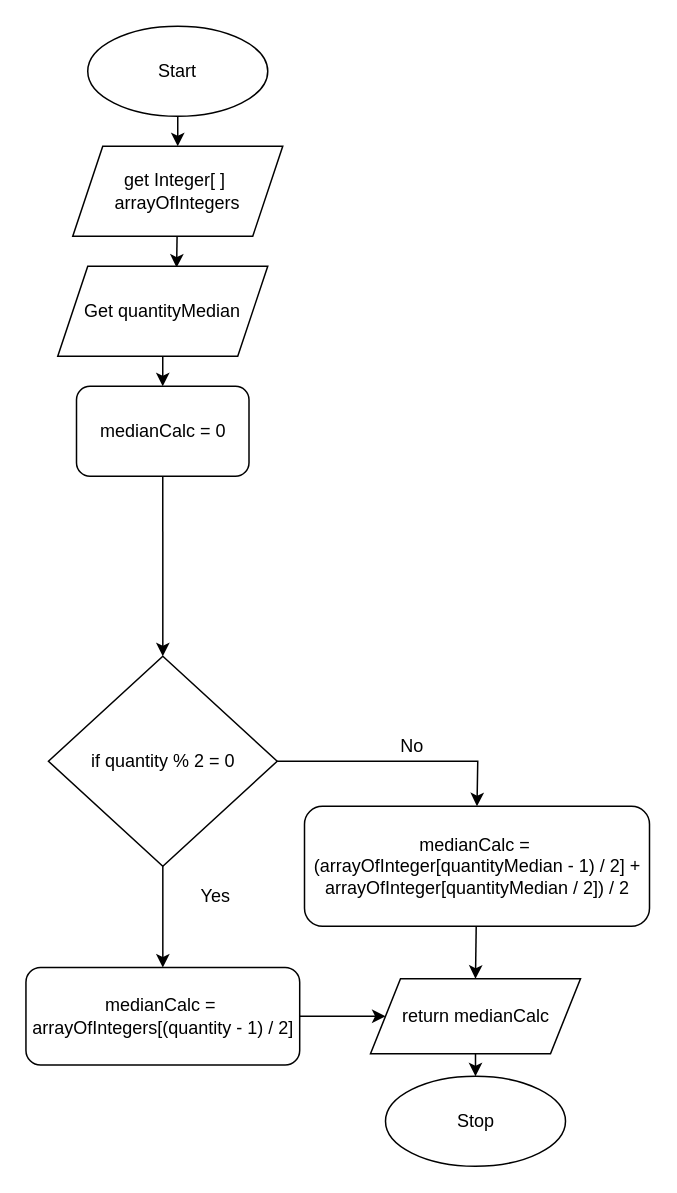
Before: Drawio/Flowchart1.drawio in JacksonNaufal/ics4u-unit2-01-typescript, a draw.io diagram. Source tidied: cells renumbered, new cells numbered last; positions are measured from the earlier drawing's top-left corner, leaving out a move shared by most shapes. Both pictures are drawn from the tidied source at 150%, with x=0, y=0 at pixel (26, 26).
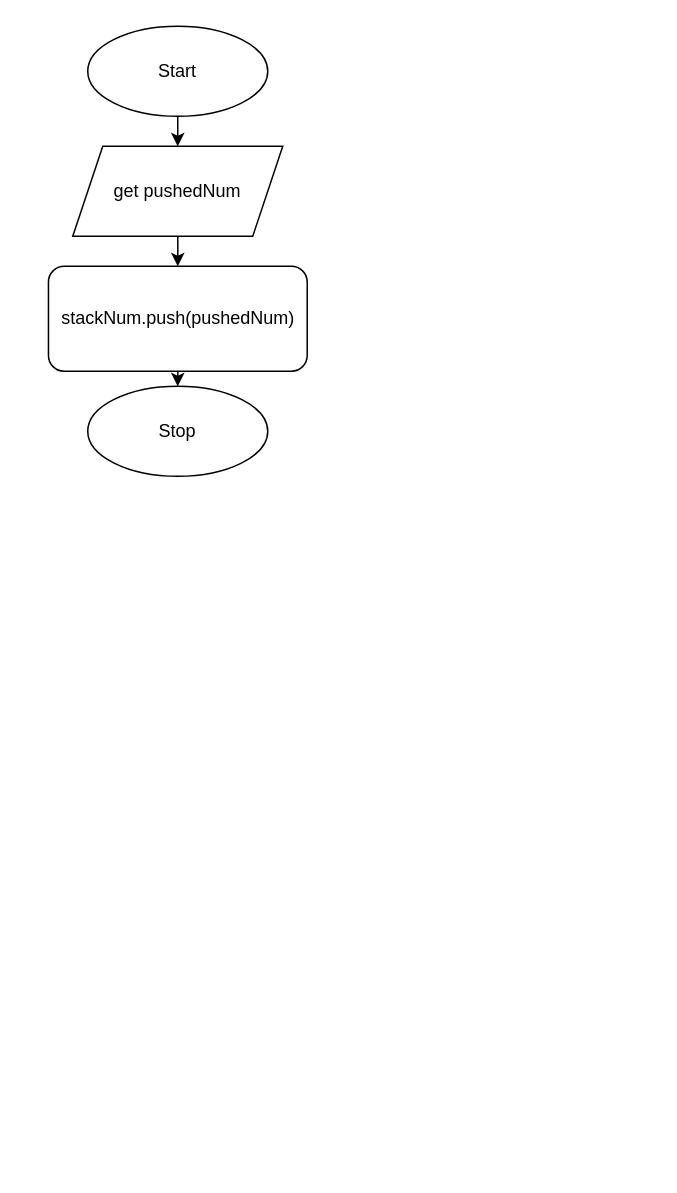
The same diagram, later.

What changed in the source:
```diff
@@
-    <mxCell id="4" style="edgeStyle=none;html=1;" parent="1" edge="1" source="5" target="10">
-      <mxGeometry relative="1" as="geometry" />
-    </mxCell>
-    <mxCell id="5" value="return medianCalc" style="shape=parallelogram;perimeter=parallelogramPerimeter;whiteSpace=wrap;html=1;fixedSize=1;" parent="1" vertex="1">
-      <mxGeometry x="229.5" y="635" width="140" height="50" as="geometry" />
-    </mxCell>
-    <mxCell id="6" style="edgeStyle=none;html=1;entryX=0.566;entryY=0.015;entryDx=0;entryDy=0;entryPerimeter=0;" parent="1" edge="1" source="7" target="9">
-      <mxGeometry relative="1" as="geometry" />
-    </mxCell>
+    <mxCell id="14" style="edgeStyle=none;html=1;" parent="1" edge="1" source="7" target="12">
+      <mxGeometry relative="1" as="geometry" />
+    </mxCell>
-    <mxCell id="7" value="get Integer[ ]&amp;nbsp;&lt;br&gt;arrayOfIntegers" style="shape=parallelogram;perimeter=parallelogramPerimeter;whiteSpace=wrap;html=1;fixedSize=1;" parent="1" vertex="1">
+    <mxCell id="7" value="get pushedNum" style="shape=parallelogram;perimeter=parallelogramPerimeter;whiteSpace=wrap;html=1;fixedSize=1;" parent="1" vertex="1">
       <mxGeometry x="31" y="80" width="140" height="60" as="geometry" />
     </mxCell>
-    <mxCell id="8" style="edgeStyle=none;html=1;entryX=0.5;entryY=0;entryDx=0;entryDy=0;" parent="1" edge="1" source="9" target="12">
-      <mxGeometry relative="1" as="geometry" />
-    </mxCell>
-    <mxCell id="9" value="Get quantityMedian" style="shape=parallelogram;perimeter=parallelogramPerimeter;whiteSpace=wrap;html=1;fixedSize=1;" parent="1" vertex="1">
-      <mxGeometry x="21" y="160" width="140" height="60" as="geometry" />
-    </mxCell>
     <mxCell id="10" value="Stop" style="ellipse;whiteSpace=wrap;html=1;" parent="1" vertex="1">
-      <mxGeometry x="239.5" y="700" width="120" height="60" as="geometry" />
+      <mxGeometry x="41" y="240" width="120" height="60" as="geometry" />
     </mxCell>
-    <mxCell id="11" style="edgeStyle=none;html=1;entryX=0.5;entryY=0;entryDx=0;entryDy=0;" parent="1" edge="1" source="12" target="15">
-      <mxGeometry relative="1" as="geometry" />
-    </mxCell>
+    <mxCell id="22" style="edgeStyle=none;html=1;entryX=0.5;entryY=0;entryDx=0;entryDy=0;" parent="1" edge="1" source="12" target="10">
+      <mxGeometry relative="1" as="geometry" />
+    </mxCell>
-    <mxCell id="12" value="medianCalc = 0" style="rounded=1;whiteSpace=wrap;html=1;" parent="1" vertex="1">
-      <mxGeometry x="33.5" y="240" width="115" height="60" as="geometry" />
+    <mxCell id="12" value="stackNum.push(pushedNum)" style="rounded=1;whiteSpace=wrap;html=1;" parent="1" vertex="1">
+      <mxGeometry x="14.8" y="160" width="172.5" height="70" as="geometry" />
     </mxCell>
-    <mxCell id="13" style="edgeStyle=none;html=1;entryX=0.5;entryY=0;entryDx=0;entryDy=0;" parent="1" edge="1" source="15" target="18">
-      <mxGeometry relative="1" as="geometry" />
-    </mxCell>
-    <mxCell id="14" style="edgeStyle=none;html=1;entryX=0.5;entryY=0;entryDx=0;entryDy=0;rounded=0;" parent="1" edge="1" source="15" target="21">
-      <mxGeometry relative="1" as="geometry">
-        <Array as="points">
-          <mxPoint x="301" y="490" />
-        </Array>
-      </mxGeometry>
-    </mxCell>
-    <mxCell id="15" value="if quantity % 2 = 0" style="rhombus;whiteSpace=wrap;html=1;" parent="1" vertex="1">
-      <mxGeometry x="14.8" y="420" width="152.5" height="140" as="geometry" />
-    </mxCell>
-    <mxCell id="16" value="Yes" style="text;html=1;align=center;verticalAlign=middle;strokeColor=none;fillColor=none;" parent="1" vertex="1">
-      <mxGeometry x="106" y="570" width="40" height="20" as="geometry" />
-    </mxCell>
-    <mxCell id="17" style="edgeStyle=none;html=1;" parent="1" edge="1" source="18" target="5">
-      <mxGeometry relative="1" as="geometry" />
-    </mxCell>
-    <mxCell id="18" value="medianCalc =&amp;nbsp;&lt;br&gt;arrayOfIntegers[(quantity - 1) / 2]" style="rounded=1;whiteSpace=wrap;html=1;" parent="1" vertex="1">
-      <mxGeometry x="-0.2" y="627.5" width="182.5" height="65" as="geometry" />
-    </mxCell>
-    <mxCell id="19" value="No" style="text;html=1;align=center;verticalAlign=middle;strokeColor=none;fillColor=none;" parent="1" vertex="1">
-      <mxGeometry x="242" y="470" width="30" height="20" as="geometry" />
-    </mxCell>
-    <mxCell id="20" style="edgeStyle=none;rounded=0;html=1;entryX=0.5;entryY=0;entryDx=0;entryDy=0;" parent="1" edge="1" source="21" target="5">
-      <mxGeometry relative="1" as="geometry" />
-    </mxCell>
-    <mxCell id="21" value="medianCalc =&amp;nbsp;&lt;br&gt;(arrayOfInteger[quantityMedian - 1) / 2] + arrayOfInteger[quantityMedian / 2]) / 2" style="rounded=1;whiteSpace=wrap;html=1;" parent="1" vertex="1">
-      <mxGeometry x="185.5" y="520" width="230" height="80" as="geometry" />
-    </mxCell>
```
